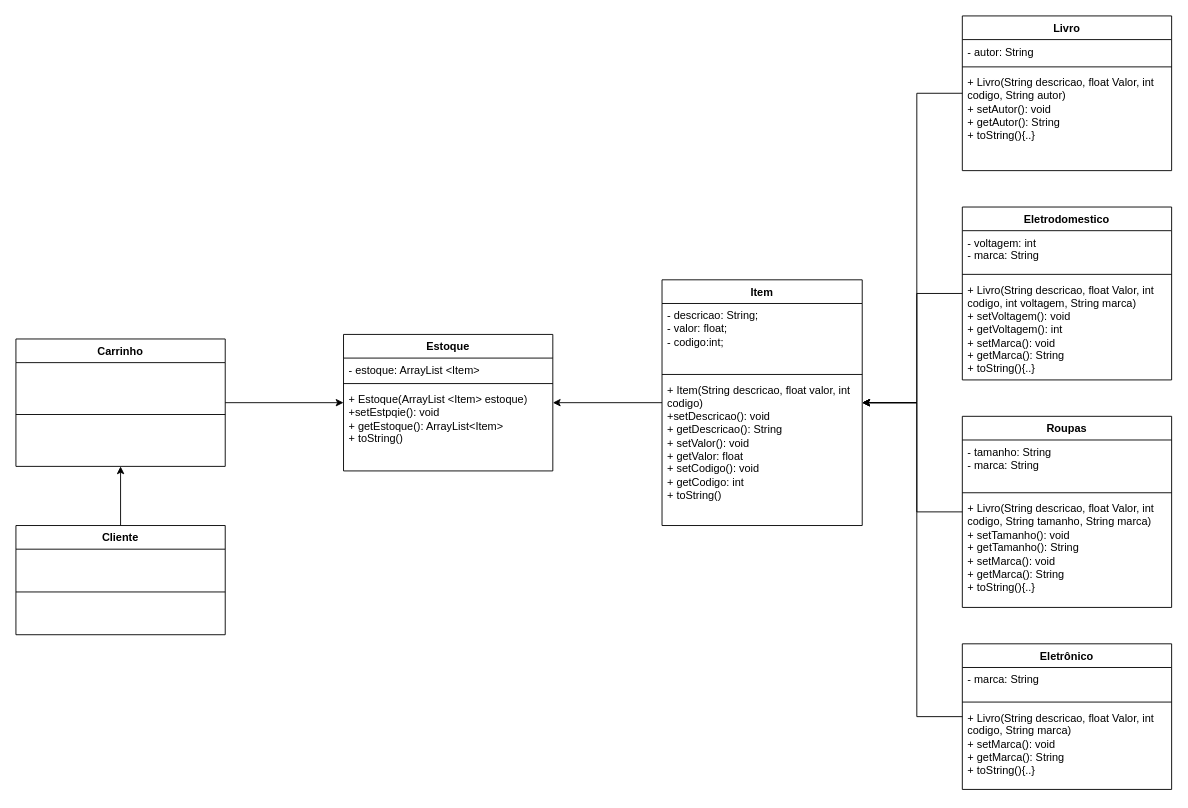
Earlier version of the draw.io diagram Diagrama de classe do projeto.drawio (GustaSch/TrabalhoGrauB). Source tidied: cells renumbered, new cells numbered last; positions are measured from the earlier drawing's top-left corner, leaving out a move shared by most shapes. Both pictures are drawn from the tidied source at 91%, with x=0, y=0 at pixel (15, 15).
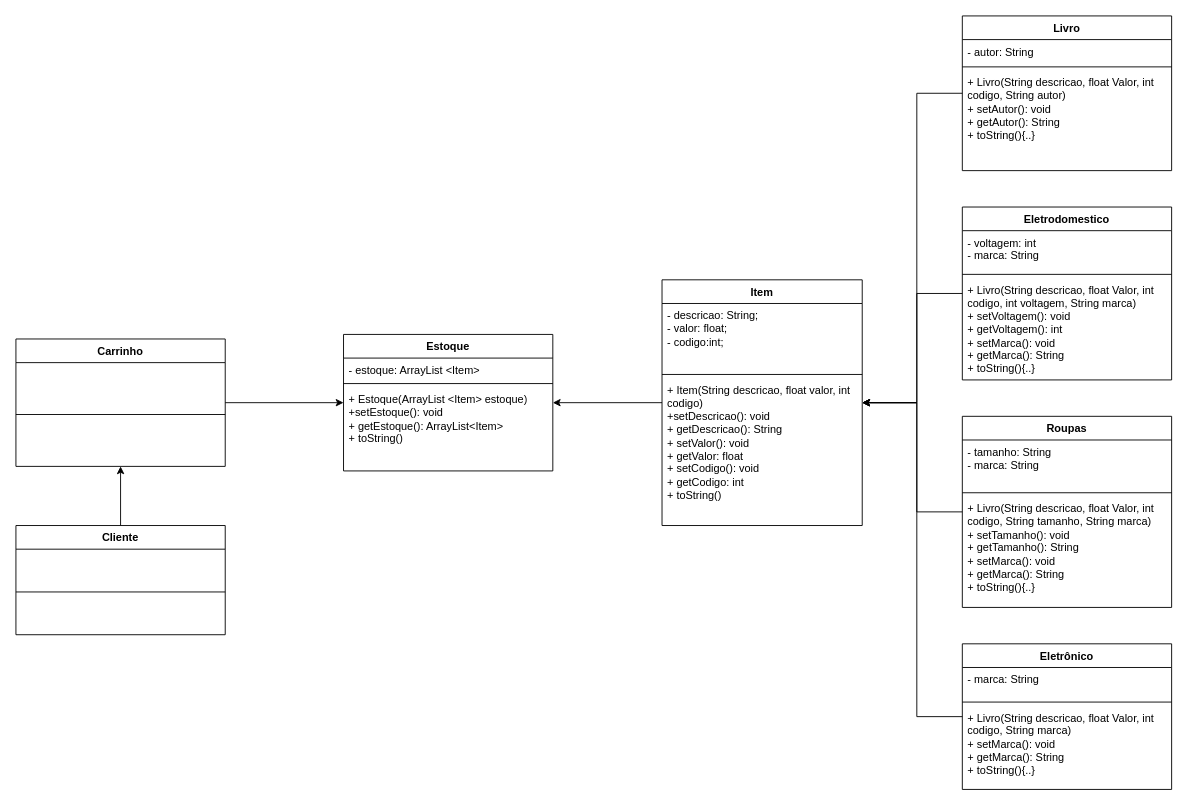
The same diagram, later.

Unchanged cells that the change refers to:
```xml
<mxCell id="33" value="Estoque" style="swimlane;fontStyle=1;align=center;verticalAlign=top;horizontal=1;startSize=26;whiteSpace=wrap;html=1;" parent="1" vertex="1">
  <mxGeometry x="360" y="350" width="230" height="150" as="geometry" />
</mxCell>
```

The edit, as a diff of the source:
```diff
@@
-    <mxCell id="36" value="+ Estoque(ArrayList &amp;lt;Item&amp;gt; estoque)&lt;br&gt;+setEstpqie(): void&lt;br&gt;+ getEstoque(): ArrayList&amp;lt;Item&amp;gt;&lt;br&gt;+ toString()" style="text;strokeColor=none;fillColor=none;align=left;verticalAlign=top;spacingLeft=4;spacingRight=4;overflow=hidden;whiteSpace=wrap;html=1;" parent="33" vertex="1">
+    <mxCell id="36" value="+ Estoque(ArrayList &amp;lt;Item&amp;gt; estoque)&lt;br&gt;+setEstoque(): void&lt;br&gt;+ getEstoque(): ArrayList&amp;lt;Item&amp;gt;&lt;br&gt;+ toString()" style="text;strokeColor=none;fillColor=none;align=left;verticalAlign=top;spacingLeft=4;spacingRight=4;overflow=hidden;whiteSpace=wrap;html=1;" parent="33" vertex="1">
       <mxGeometry y="58" width="230" height="92" as="geometry" />
     </mxCell>
```
